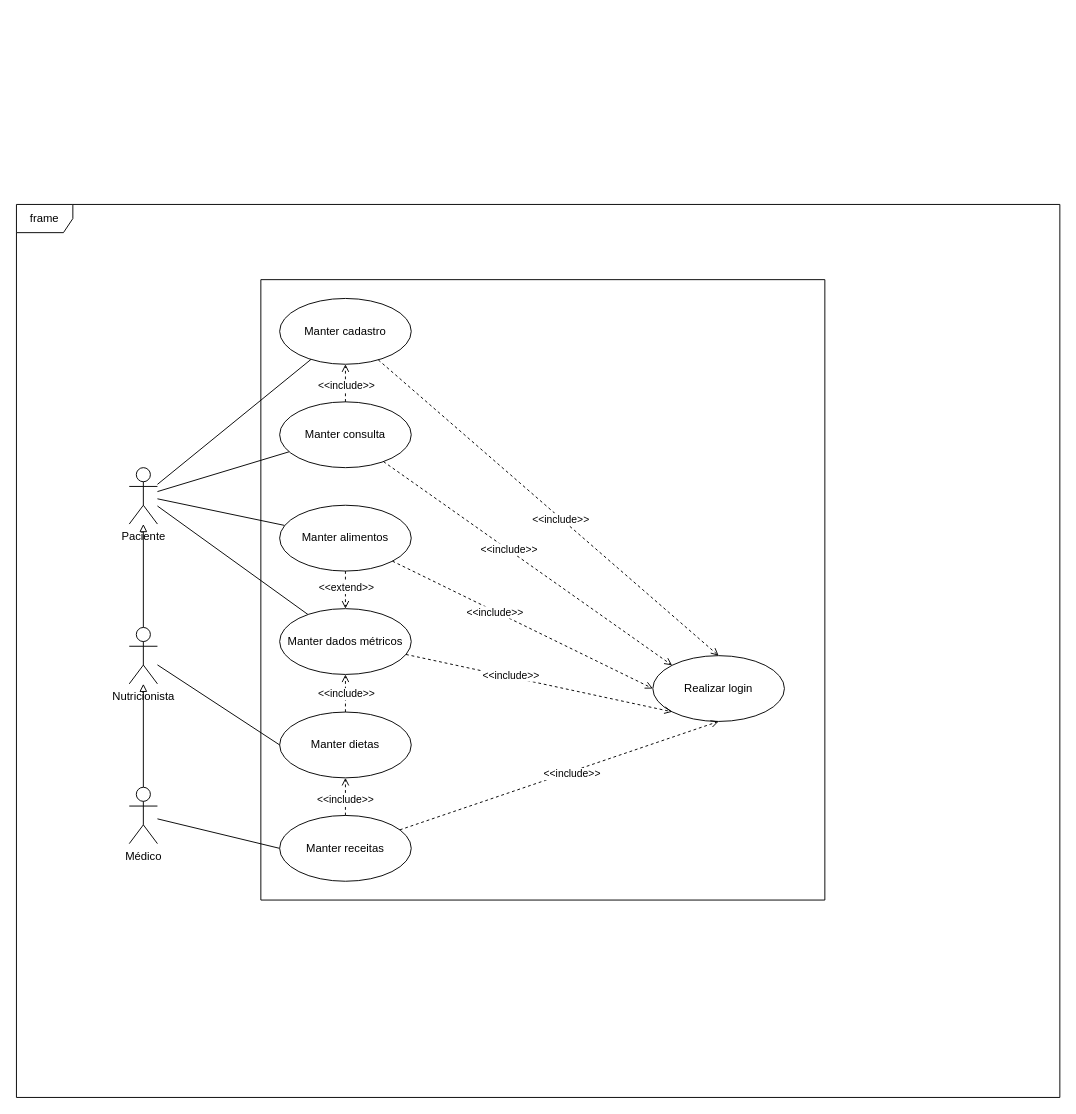
Above: diagrama_de_casos_de_uso.drawio in GabrielSilvaRodrigues/delimeter_app (draw.io), before the change. Source tidied: cells renumbered, new cells numbered last; positions are measured from the earlier drawing's top-left corner, leaving out a move shared by most shapes. Both pictures are drawn from the tidied source at 94%, with x=0, y=0 at pixel (16, 204).
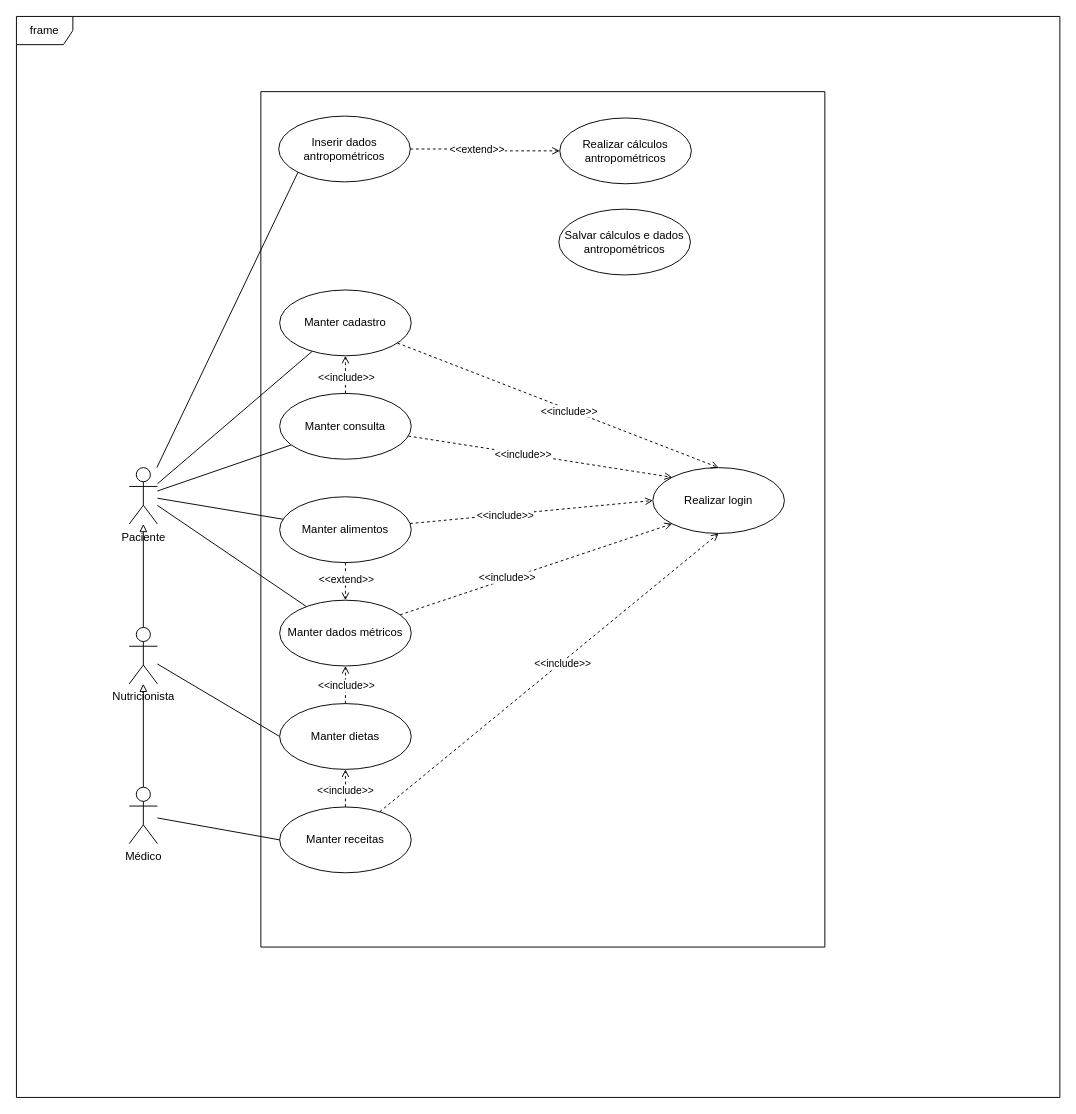
After the change.

The change refers to these unchanged cells:
```xml
<mxCell id="6" value="Paciente" style="shape=umlActor;verticalLabelPosition=bottom;verticalAlign=top;html=1;" parent="1" vertex="1">
  <mxGeometry x="120" y="280" width="30" height="60" as="geometry" />
</mxCell>
```

Diff of the diagram source:
```diff
@@
+    <mxCell id="40" style="rounded=0;jettySize=auto;html=1;entryX=0;entryY=1;entryDx=0;entryDy=0;endArrow=none;startFill=0;" parent="1" edge="1" source="6" target="41">
+      <mxGeometry relative="1" as="geometry" />
+    </mxCell>
@@
     <mxCell id="13" value="frame" style="shape=umlFrame;whiteSpace=wrap;html=1;" parent="1" vertex="1">
-      <mxGeometry width="1110" height="950" as="geometry" />
+      <mxGeometry y="-200" width="1110" height="1150" as="geometry" />
     </mxCell>
     <mxCell id="14" style="swimlane;startSize=0;" parent="1" vertex="1">
-      <mxGeometry x="260" y="80" width="600" height="660" as="geometry" />
+      <mxGeometry x="260" y="-120" width="600" height="910" as="geometry" />
     </mxCell>
     <mxCell id="15" value="Manter cadastro" style="ellipse;whiteSpace=wrap;html=1;" parent="14" vertex="1">
-      <mxGeometry x="20" y="20" width="140" height="70" as="geometry" />
+      <mxGeometry x="20" y="211" width="140" height="70" as="geometry" />
     </mxCell>
     <mxCell id="16" value="Manter consulta" style="ellipse;whiteSpace=wrap;html=1;" parent="14" vertex="1">
-      <mxGeometry x="20" y="130" width="140" height="70" as="geometry" />
+      <mxGeometry x="20" y="321" width="140" height="70" as="geometry" />
     </mxCell>
@@
     <mxCell id="19" value="Manter alimentos" style="ellipse;whiteSpace=wrap;html=1;" parent="14" vertex="1">
-      <mxGeometry x="20" y="240" width="140" height="70" as="geometry" />
+      <mxGeometry x="20" y="431" width="140" height="70" as="geometry" />
     </mxCell>
     <mxCell id="20" value="Manter dados métricos" style="ellipse;whiteSpace=wrap;html=1;" parent="14" vertex="1">
-      <mxGeometry x="20" y="350" width="140" height="70" as="geometry" />
+      <mxGeometry x="20" y="541" width="140" height="70" as="geometry" />
     </mxCell>
@@
     <mxCell id="23" value="Manter dietas" style="ellipse;whiteSpace=wrap;html=1;" parent="14" vertex="1">
-      <mxGeometry x="20" y="460" width="140" height="70" as="geometry" />
+      <mxGeometry x="20" y="651" width="140" height="70" as="geometry" />
     </mxCell>
@@
     <mxCell id="26" value="Manter receitas" style="ellipse;whiteSpace=wrap;html=1;" parent="14" vertex="1">
-      <mxGeometry x="20" y="570" width="140" height="70" as="geometry" />
+      <mxGeometry x="20" y="761" width="140" height="70" as="geometry" />
     </mxCell>
@@
+    <mxCell id="41" value="Inserir dados antropométricos" style="ellipse;whiteSpace=wrap;html=1;" parent="14" vertex="1">
+      <mxGeometry x="19" y="26" width="140" height="70" as="geometry" />
+    </mxCell>
+    <mxCell id="42" value="Realizar cálculos antropométricos" style="ellipse;whiteSpace=wrap;html=1;" parent="14" vertex="1">
+      <mxGeometry x="318" y="28" width="140" height="70" as="geometry" />
+    </mxCell>
+    <mxCell id="43" style="edgeStyle=orthogonalEdgeStyle;rounded=0;jettySize=auto;html=1;dashed=1;endArrow=open;endFill=0;entryX=0;entryY=0.5;entryDx=0;entryDy=0;exitX=1;exitY=0.5;exitDx=0;exitDy=0;" parent="14" edge="1" source="41" target="42">
+      <mxGeometry relative="1" as="geometry" />
+    </mxCell>
+    <mxCell id="44" value="&amp;lt;&amp;lt;extend&amp;gt;&amp;gt;" style="edgeLabel;html=1;align=center;verticalAlign=middle;" parent="43" vertex="1">
+      <mxGeometry x="-0.13" relative="1" as="geometry" />
+    </mxCell>
+    <mxCell id="45" value="Salvar cálculos e dados antropométricos" style="ellipse;whiteSpace=wrap;html=1;" parent="14" vertex="1">
+      <mxGeometry x="317" y="125" width="140" height="70" as="geometry" />
+    </mxCell>
```
